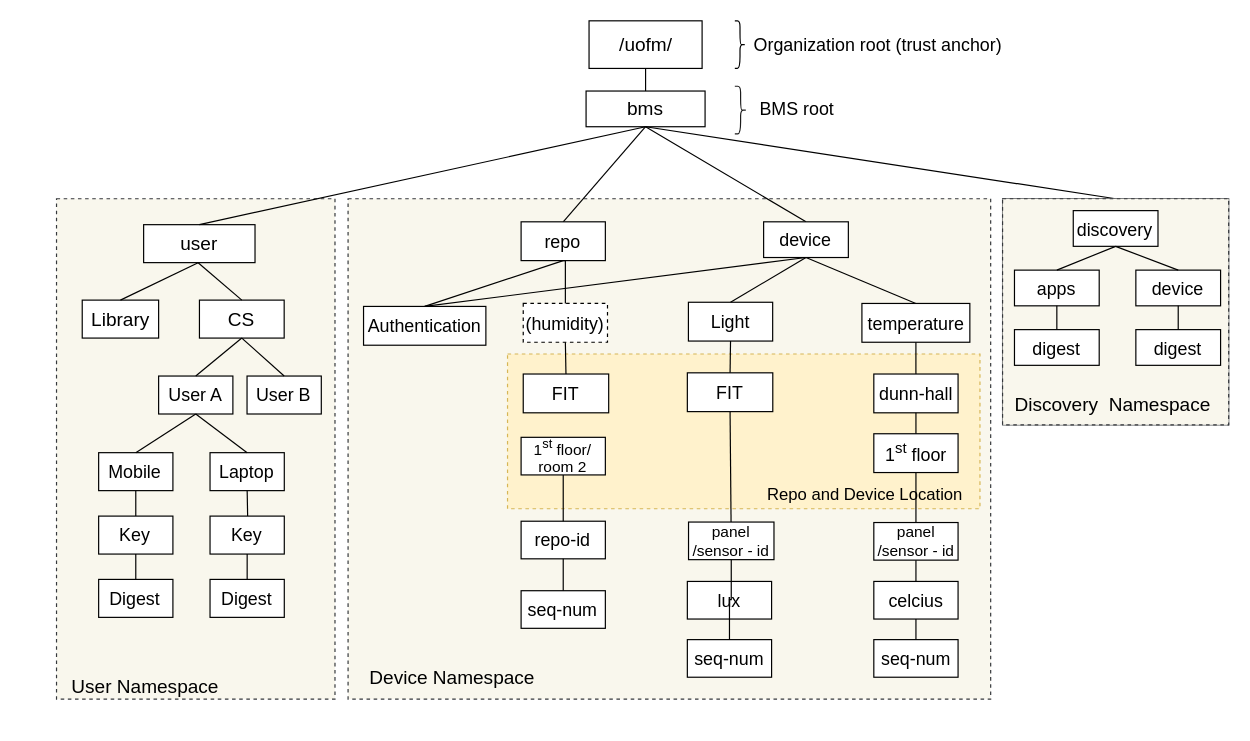
dulalsaurab/ROUTING keeps this draw.io diagram as namespace-design-bms.drawio. Above is the earlier version. Source tidied: cells renumbered, new cells numbered last; positions are measured from the earlier drawing's top-left corner, leaving out a move shared by most shapes. Both pictures are drawn from the tidied source at 119%, with x=0, y=0 at pixel (20, 20).
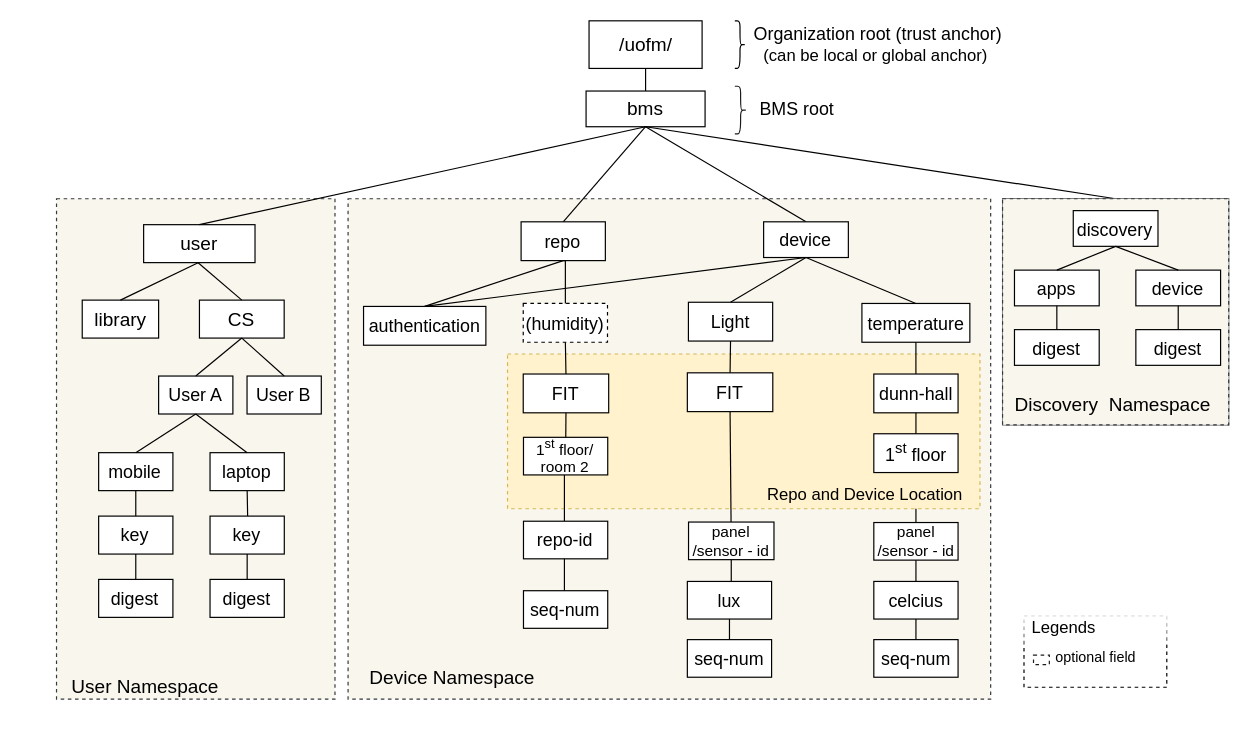
Above is the later version.

The change refers to these unchanged cells:
```xml
<mxCell id="5" style="group;" parent="4" vertex="1">
  <mxGeometry x="30" width="234" height="420.5" as="geometry" />
</mxCell>
<mxCell id="53" style="group;" parent="3" vertex="1">
  <mxGeometry x="334" y="168.9" width="397" height="382.6" as="geometry" />
</mxCell>
<mxCell id="56" value="&lt;font style=&quot;font-size: 15px&quot;&gt;FIT&lt;/font&gt;" style="rounded=0;whiteSpace=wrap;html=1;" parent="53" vertex="1">
  <mxGeometry x="151.1" y="126.9" width="71.8" height="32.6" as="geometry" />
</mxCell>
<mxCell id="61" value="&lt;font style=&quot;font-size: 15px&quot;&gt;1&lt;sup&gt;st&lt;/sup&gt; floor&lt;/font&gt;" style="rounded=0;whiteSpace=wrap;html=1;" parent="53" vertex="1">
  <mxGeometry x="307.8" y="178.1" width="70.8" height="32.6" as="geometry" />
</mxCell>
<mxCell id="62" value="&lt;font style=&quot;font-size: 13px&quot;&gt;panel&lt;br&gt;/sensor - id&lt;/font&gt;" style="rounded=0;whiteSpace=wrap;html=1;" parent="53" vertex="1">
  <mxGeometry x="307.8" y="252.7" width="70.8" height="31.6" as="geometry" />
</mxCell>
<mxCell id="80" value="&lt;span id=&quot;docs-internal-guid-1526ecd3-7fff-48b2-5e1f-bb265e6a694b&quot; style=&quot;font-size: 13px&quot;&gt;&lt;span style=&quot;background-color: transparent ; vertical-align: baseline ; white-space: pre-wrap&quot;&gt;&lt;font style=&quot;font-size: 13px&quot;&gt;panel&lt;br&gt;&lt;/font&gt;/sensor - id&lt;br&gt;&lt;/span&gt;&lt;/span&gt;" style="rounded=0;whiteSpace=wrap;html=1;" parent="53" vertex="1">
  <mxGeometry x="152.1" y="252.3" width="71.8" height="31.6" as="geometry" />
</mxCell>
<mxCell id="82" value="&lt;span id=&quot;docs-internal-guid-1526ecd3-7fff-48b2-5e1f-bb265e6a694b&quot;&gt;&lt;span style=&quot;background-color: transparent ; vertical-align: baseline ; white-space: pre-wrap&quot;&gt;&lt;font style=&quot;font-size: 15px&quot;&gt;seq-num&lt;/font&gt;&lt;br&gt;&lt;/span&gt;&lt;/span&gt;" style="rounded=0;whiteSpace=wrap;html=1;" parent="53" vertex="1">
  <mxGeometry x="151.1" y="351.1" width="70.8" height="31.6" as="geometry" />
</mxCell>
```

What changed in the source:
```diff
@@
+    <mxCell id="90" style="group;" parent="1" vertex="1">
+      <mxGeometry x="75" width="900" height="570" as="geometry" />
+    </mxCell>
-    <mxCell id="3" style="group;" parent="1" vertex="1">
-      <mxGeometry x="75" width="900" height="570" as="geometry" />
+    <mxCell id="3" style="group;" parent="90" vertex="1">
+      <mxGeometry width="900" height="570" as="geometry" />
     </mxCell>
@@
-    <mxCell id="10" value="&lt;font style=&quot;font-size: 15px&quot;&gt;Laptop&lt;/font&gt;" style="rounded=0;whiteSpace=wrap;html=1;" parent="5" vertex="1">
+    <mxCell id="10" value="&lt;font style=&quot;font-size: 15px&quot;&gt;laptop&lt;/font&gt;" style="rounded=0;whiteSpace=wrap;html=1;" parent="5" vertex="1">
       <mxGeometry x="129" y="213.4" width="62.4" height="31.9" as="geometry" />
     </mxCell>
-    <mxCell id="11" value="&lt;font style=&quot;font-size: 15px&quot;&gt;Mobile&lt;/font&gt;" style="rounded=0;whiteSpace=wrap;html=1;" parent="5" vertex="1">
+    <mxCell id="11" value="&lt;font style=&quot;font-size: 15px&quot;&gt;mobile&lt;/font&gt;" style="rounded=0;whiteSpace=wrap;html=1;" parent="5" vertex="1">
       <mxGeometry x="35.4" y="213.4" width="62.4" height="31.9" as="geometry" />
     </mxCell>
-    <mxCell id="12" value="&lt;font style=&quot;font-size: 15px&quot;&gt;Key&lt;/font&gt;" style="rounded=0;whiteSpace=wrap;html=1;" parent="5" vertex="1">
+    <mxCell id="12" value="&lt;font style=&quot;font-size: 15px&quot;&gt;key&lt;/font&gt;" style="rounded=0;whiteSpace=wrap;html=1;" parent="5" vertex="1">
       <mxGeometry x="35.4" y="266.7" width="62.4" height="31.9" as="geometry" />
     </mxCell>
-    <mxCell id="13" value="&lt;font style=&quot;font-size: 15px&quot;&gt;Digest&lt;/font&gt;" style="rounded=0;whiteSpace=wrap;html=1;" parent="5" vertex="1">
+    <mxCell id="13" value="&lt;font style=&quot;font-size: 15px&quot;&gt;digest&lt;/font&gt;" style="rounded=0;whiteSpace=wrap;html=1;" parent="5" vertex="1">
       <mxGeometry x="35.4" y="319.9" width="62.4" height="31.9" as="geometry" />
     </mxCell>
@@
-    <mxCell id="21" value="&lt;span style=&quot;font-size: 16px&quot;&gt;Library&lt;/span&gt;" style="rounded=0;whiteSpace=wrap;html=1;" parent="5" vertex="1">
+    <mxCell id="21" value="&lt;span style=&quot;font-size: 16px&quot;&gt;library&lt;/span&gt;" style="rounded=0;whiteSpace=wrap;html=1;" parent="5" vertex="1">
       <mxGeometry x="21.6" y="85.2" width="64.2" height="31.9" as="geometry" />
     </mxCell>
-    <mxCell id="22" value="&lt;font style=&quot;font-size: 15px&quot;&gt;Key&lt;/font&gt;" style="rounded=0;whiteSpace=wrap;html=1;" parent="5" vertex="1">
+    <mxCell id="22" value="&lt;font style=&quot;font-size: 15px&quot;&gt;key&lt;/font&gt;" style="rounded=0;whiteSpace=wrap;html=1;" parent="5" vertex="1">
       <mxGeometry x="129" y="266.7" width="62.4" height="31.9" as="geometry" />
     </mxCell>
-    <mxCell id="23" value="&lt;font style=&quot;font-size: 15px&quot;&gt;Digest&lt;/font&gt;" style="rounded=0;whiteSpace=wrap;html=1;" parent="5" vertex="1">
+    <mxCell id="23" value="&lt;font style=&quot;font-size: 15px&quot;&gt;digest&lt;/font&gt;" style="rounded=0;whiteSpace=wrap;html=1;" parent="5" vertex="1">
       <mxGeometry x="129" y="319.9" width="62.4" height="31.9" as="geometry" />
     </mxCell>
@@
-    <mxCell id="35" value="&lt;font style=&quot;font-size: 15px&quot;&gt;Organization root (trust anchor)&lt;/font&gt;" style="text;html=1;align=center;verticalAlign=middle;" parent="3" vertex="1">
-      <mxGeometry x="534.7" y="10" width="220" height="20" as="geometry" />
+    <mxCell id="35" value="&lt;font&gt;&lt;span style=&quot;font-size: 15px&quot;&gt;Organization root (trust anchor)&lt;/span&gt;&lt;br&gt;&lt;font style=&quot;font-size: 14px&quot;&gt;(can be local or global anchor)&amp;nbsp;&lt;/font&gt;&lt;br&gt;&lt;/font&gt;" style="text;html=1;align=center;verticalAlign=middle;" parent="3" vertex="1">
+      <mxGeometry x="534.7" width="220" height="40" as="geometry" />
     </mxCell>
@@
+    <mxCell id="68" style="endArrow=none;html=1;exitX=0.5;exitY=0;exitDx=0;exitDy=0;entryX=0.5;entryY=1;entryDx=0;entryDy=0;" parent="53" edge="1" source="62" target="61">
+      <mxGeometry relative="1" as="geometry" />
+    </mxCell>
@@
+    <mxCell id="70" style="edgeStyle=orthogonalEdgeStyle;rounded=0;orthogonalLoop=1;jettySize=auto;html=1;exitX=0.5;exitY=1;exitDx=0;exitDy=0;entryX=0.5;entryY=0;entryDx=0;entryDy=0;endArrow=none;endFill=0;" parent="53" edge="1">
+      <mxGeometry relative="1" as="geometry">
+        <mxPoint x="47.8" y="212.6" as="sourcePoint" />
+        <mxPoint x="47.8" y="251.6" as="targetPoint" />
+      </mxGeometry>
+    </mxCell>
+    <mxCell id="85" style="endArrow=none;html=1;entryX=0.5;entryY=1;entryDx=0;entryDy=0;" parent="53" edge="1" source="80" target="56">
+      <mxGeometry relative="1" as="geometry" />
+    </mxCell>
@@
     <mxCell id="65" value="&lt;font style=&quot;font-size: 13px&quot;&gt;1&lt;sup&gt;st&lt;/sup&gt; floor/&lt;br&gt;room 2&lt;/font&gt;" style="rounded=0;whiteSpace=wrap;html=1;" parent="53" vertex="1">
-      <mxGeometry x="11.4" y="181.1" width="70.8" height="31.6" as="geometry" />
+      <mxGeometry x="13.4" y="181.1" width="70.8" height="31.6" as="geometry" />
     </mxCell>
@@
     <mxCell id="67" value="&lt;span id=&quot;docs-internal-guid-1526ecd3-7fff-48b2-5e1f-bb265e6a694b&quot;&gt;&lt;span style=&quot;background-color: transparent ; vertical-align: baseline ; white-space: pre-wrap&quot;&gt;&lt;font style=&quot;font-size: 15px&quot;&gt;repo-id&lt;/font&gt;&lt;br&gt;&lt;/span&gt;&lt;/span&gt;" style="rounded=0;whiteSpace=wrap;html=1;" parent="53" vertex="1">
-      <mxGeometry x="11.4" y="251.6" width="70.8" height="31.6" as="geometry" />
+      <mxGeometry x="13.4" y="251.6" width="70.8" height="31.6" as="geometry" />
     </mxCell>
-    <mxCell id="68" style="endArrow=none;html=1;exitX=0.5;exitY=0;exitDx=0;exitDy=0;entryX=0.5;entryY=1;entryDx=0;entryDy=0;" parent="53" edge="1" source="62" target="61">
-      <mxGeometry relative="1" as="geometry" />
-    </mxCell>
     <mxCell id="69" value="&lt;span id=&quot;docs-internal-guid-1526ecd3-7fff-48b2-5e1f-bb265e6a694b&quot;&gt;&lt;span style=&quot;background-color: transparent ; vertical-align: baseline ; white-space: pre-wrap&quot;&gt;&lt;font style=&quot;font-size: 15px&quot;&gt;seq-num&lt;/font&gt;&lt;br&gt;&lt;/span&gt;&lt;/span&gt;" style="rounded=0;whiteSpace=wrap;html=1;" parent="53" vertex="1">
-      <mxGeometry x="11.4" y="310" width="70.8" height="31.6" as="geometry" />
+      <mxGeometry x="13.4" y="310" width="70.8" height="31.6" as="geometry" />
     </mxCell>
-    <mxCell id="70" style="edgeStyle=orthogonalEdgeStyle;rounded=0;jettySize=auto;html=1;exitX=0.5;exitY=1;exitDx=0;exitDy=0;entryX=0.5;entryY=0;entryDx=0;entryDy=0;endArrow=none;endFill=0;" parent="53" edge="1" source="65" target="67">
-      <mxGeometry relative="1" as="geometry" />
-    </mxCell>
-    <mxCell id="71" style="edgeStyle=orthogonalEdgeStyle;rounded=0;jettySize=auto;html=1;exitX=0.5;exitY=1;exitDx=0;exitDy=0;entryX=0.5;entryY=0;entryDx=0;entryDy=0;endArrow=none;endFill=0;" parent="53" edge="1" source="67" target="69">
-      <mxGeometry relative="1" as="geometry" />
+    <mxCell id="71" style="edgeStyle=orthogonalEdgeStyle;rounded=0;orthogonalLoop=1;jettySize=auto;html=1;exitX=0.5;exitY=1;exitDx=0;exitDy=0;entryX=0.5;entryY=0;entryDx=0;entryDy=0;endArrow=none;endFill=0;" parent="53" edge="1">
+      <mxGeometry relative="1" as="geometry">
+        <mxPoint x="47.8" y="283.1" as="sourcePoint" />
+        <mxPoint x="47.8" y="310" as="targetPoint" />
+      </mxGeometry>
     </mxCell>
@@
+    <mxCell id="84" value="&lt;font style=&quot;font-size: 15px&quot;&gt;FIT&lt;/font&gt;" style="rounded=0;whiteSpace=wrap;html=1;" parent="53" vertex="1">
+      <mxGeometry x="13.2" y="127.9" width="71.8" height="32.6" as="geometry" />
+    </mxCell>
+    <mxCell id="86" style="edgeStyle=orthogonalEdgeStyle;rounded=0;jettySize=auto;html=1;exitX=0.5;exitY=1;exitDx=0;exitDy=0;endArrow=none;endFill=0;" parent="53" edge="1" source="80" target="82">
+      <mxGeometry relative="1" as="geometry" />
+    </mxCell>
@@
-    <mxCell id="84" value="&lt;font style=&quot;font-size: 15px&quot;&gt;FIT&lt;/font&gt;" style="rounded=0;whiteSpace=wrap;html=1;" parent="53" vertex="1">
-      <mxGeometry x="13.2" y="127.9" width="71.8" height="32.6" as="geometry" />
-    </mxCell>
-    <mxCell id="85" style="endArrow=none;html=1;entryX=0.5;entryY=1;entryDx=0;entryDy=0;" parent="53" edge="1" source="80" target="56">
-      <mxGeometry relative="1" as="geometry" />
-    </mxCell>
-    <mxCell id="86" style="edgeStyle=orthogonalEdgeStyle;rounded=0;jettySize=auto;html=1;exitX=0.5;exitY=1;exitDx=0;exitDy=0;endArrow=none;endFill=0;" parent="53" edge="1" source="80" target="82">
-      <mxGeometry relative="1" as="geometry" />
-    </mxCell>
+    <mxCell id="91" style="endArrow=none;html=1;entryX=0.5;entryY=1;entryDx=0;entryDy=0;" parent="53" edge="1" source="65" target="84">
+      <mxGeometry relative="1" as="geometry" />
+    </mxCell>
-    <mxCell id="87" value="&lt;font style=&quot;font-size: 15px&quot;&gt;Authentication&lt;/font&gt;" style="rounded=0;whiteSpace=wrap;html=1;" parent="3" vertex="1">
+    <mxCell id="87" value="&lt;font style=&quot;font-size: 15px&quot;&gt;authentication&lt;/font&gt;" style="rounded=0;whiteSpace=wrap;html=1;" parent="3" vertex="1">
       <mxGeometry x="213" y="240" width="102.8" height="32.6" as="geometry" />
     </mxCell>
@@
+    <mxCell id="92" style="group;" parent="3" vertex="1">
+      <mxGeometry x="768" y="500" width="120" height="60" as="geometry" />
+    </mxCell>
+    <mxCell id="93" style="group;" parent="92" vertex="1">
+      <mxGeometry width="120" height="60" as="geometry" />
+    </mxCell>
+    <mxCell id="94" style="rounded=0;whiteSpace=wrap;html=1;glass=1;dashed=1;strokeWidth=1;" parent="93" vertex="1">
+      <mxGeometry width="120" height="60" as="geometry" />
+    </mxCell>
+    <mxCell id="95" value="&lt;font style=&quot;font-size: 14px&quot;&gt;Legends&amp;nbsp;&lt;/font&gt;" style="text;html=1;align=center;verticalAlign=middle;" parent="93" vertex="1">
+      <mxGeometry width="70" height="20" as="geometry" />
+    </mxCell>
+    <mxCell id="96" style="rounded=0;whiteSpace=wrap;html=1;glass=1;strokeColor=#1C1C1C;strokeWidth=1;dashed=1;fillColor=none;" parent="93" vertex="1">
+      <mxGeometry x="8" y="33" width="13.3" height="8" as="geometry" />
+    </mxCell>
+    <mxCell id="97" value="optional field" style="text;html=1;align=center;verticalAlign=middle;" parent="93" vertex="1">
+      <mxGeometry x="20.3" y="25" width="80" height="20" as="geometry" />
+    </mxCell>
```
